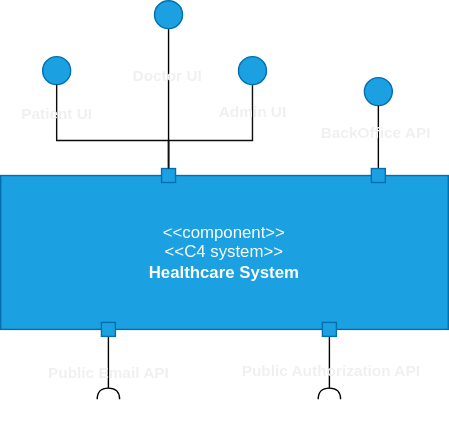
Above: docs/sprint-1/team-decisions/views/logical-view/healthcare_system_vl1.drawio.svg in rita-barbosa/LAPR5-2425 (draw.io), before the change. Source tidied: cells renumbered, new cells last; positions are measured from the earlier drawing's top-left corner, leaving out a move shared by most shapes.
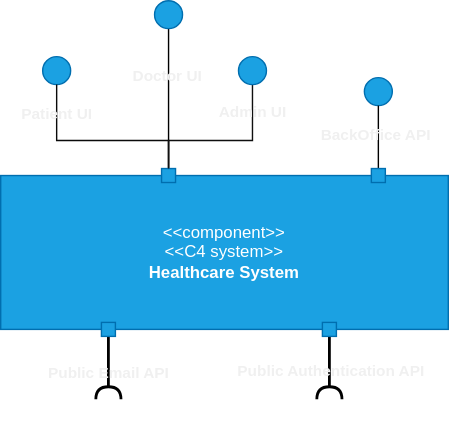
The same file after the commit.

The edit, as a diff of the source:
```diff
@@ -72,13 +72,13 @@
     <mxCell id="19" style="group;rotation=-180;" parent="1" vertex="1">
       <mxGeometry x="180" y="230" width="20" height="75" as="geometry" />
     </mxCell>
-    <mxCell id="20" style="edgeStyle=orthogonalEdgeStyle;rounded=0;orthogonalLoop=1;jettySize=auto;html=1;entryX=0.5;entryY=0;entryDx=0;entryDy=0;endArrow=none;endFill=0;fontColor=#000000;strokeColor=#000000;startArrow=halfCircle;startFill=0;" parent="19" edge="1">
+    <mxCell id="20" style="edgeStyle=orthogonalEdgeStyle;rounded=0;orthogonalLoop=1;jettySize=auto;html=1;entryX=0.5;entryY=0;entryDx=0;entryDy=0;endArrow=none;endFill=0;fontColor=#000000;strokeColor=#000000;startArrow=halfCircle;startFill=0;strokeWidth=2;" parent="19" edge="1">
       <mxGeometry relative="1" as="geometry">
         <mxPoint x="55" y="55" as="sourcePoint" />
         <mxPoint x="55" y="10" as="targetPoint" />
       </mxGeometry>
     </mxCell>
-    <mxCell id="21" value="Public Authorization API" style="edgeLabel;html=1;align=center;verticalAlign=middle;labelBackgroundColor=none;fontStyle=1;" parent="20" vertex="1">
+    <mxCell id="21" value="Public Authentication API" style="edgeLabel;html=1;align=center;verticalAlign=middle;labelBackgroundColor=none;fontStyle=1;" parent="20" vertex="1">
       <mxGeometry x="-0.09" y="-1" relative="1" as="geometry" />
     </mxCell>
     <mxCell id="22" style="rounded=0;whiteSpace=wrap;html=1;fillColor=#1ba1e2;fontColor=#ffffff;strokeColor=#006EAF;rotation=-180;" parent="19" vertex="1">
@@ -87,7 +87,7 @@
     <mxCell id="23" style="group;rotation=-180;" parent="1" vertex="1">
       <mxGeometry x="67" y="230" width="20" height="75" as="geometry" />
     </mxCell>
-    <mxCell id="24" style="edgeStyle=orthogonalEdgeStyle;rounded=0;orthogonalLoop=1;jettySize=auto;html=1;entryX=0.5;entryY=0;entryDx=0;entryDy=0;endArrow=none;endFill=0;fontColor=#000000;strokeColor=#000000;startArrow=halfCircle;startFill=0;" parent="23" edge="1">
+    <mxCell id="24" style="edgeStyle=orthogonalEdgeStyle;rounded=0;orthogonalLoop=1;jettySize=auto;html=1;entryX=0.5;entryY=0;entryDx=0;entryDy=0;endArrow=none;endFill=0;fontColor=#000000;strokeColor=#000000;startArrow=halfCircle;startFill=0;strokeWidth=2;" parent="23" edge="1">
       <mxGeometry relative="1" as="geometry">
         <mxPoint x="10" y="55" as="sourcePoint" />
         <mxPoint x="10" y="10" as="targetPoint" />
```
